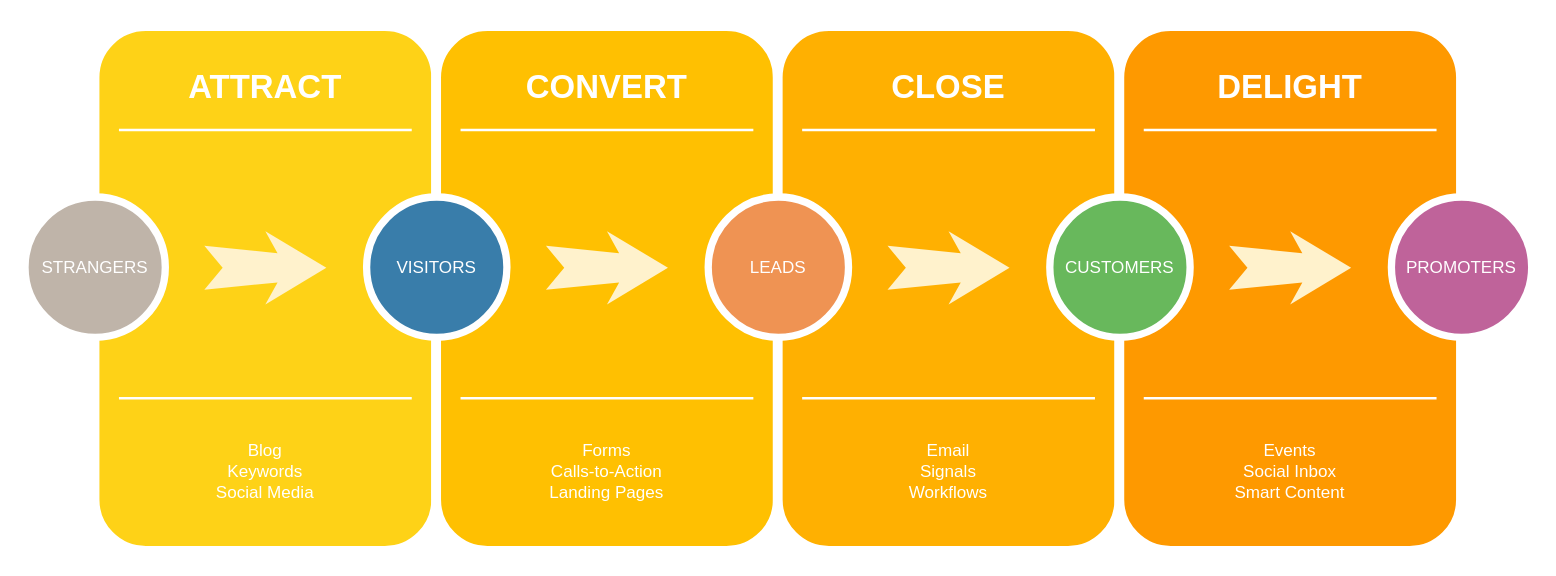
This is Untitled Diagram.drawio from rjjl1970/Tsuri, a draw.io file, before an edit. Source tidied: cells renumbered, new cells numbered last; positions are measured from the earlier drawing's top-left corner, leaving out a move shared by most shapes. Both pictures are drawn from the tidied source at 122%, with x=0, y=0 at pixel (24, 26).
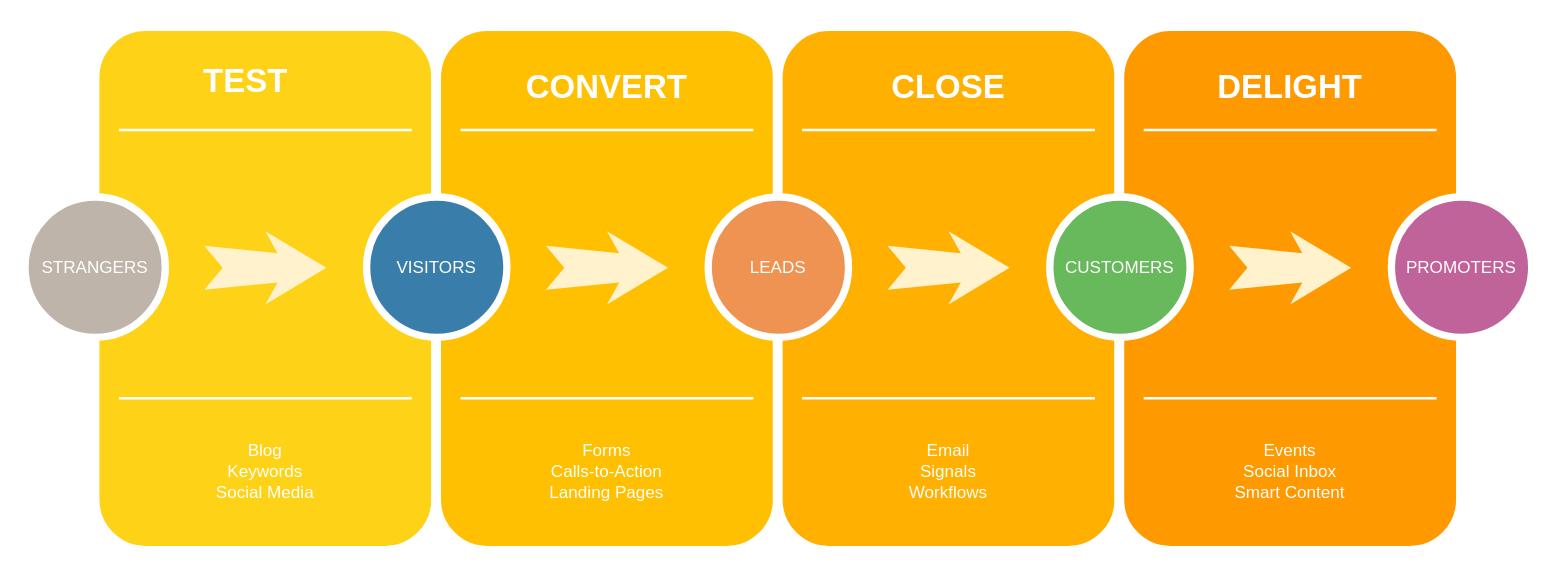
The same diagram, later.

Change to the diagram source:
```diff
@@
-    <mxCell id="3" value="ATTRACT" style="text;html=1;strokeColor=none;fillColor=none;align=center;verticalAlign=middle;whiteSpace=wrap;rounded=0;shadow=0;fontSize=27;fontColor=#FFFFFF;fontStyle=1;" parent="1" vertex="1">
-      <mxGeometry x="57" y="20" width="280" height="60" as="geometry" />
+    <mxCell id="3" value="TEST" style="text;html=1;strokeColor=none;fillColor=none;align=center;verticalAlign=middle;whiteSpace=wrap;rounded=0;shadow=0;fontSize=27;fontColor=#FFFFFF;fontStyle=1;" parent="1" vertex="1">
+      <mxGeometry x="41" y="15" width="280" height="60" as="geometry" />
     </mxCell>
```
